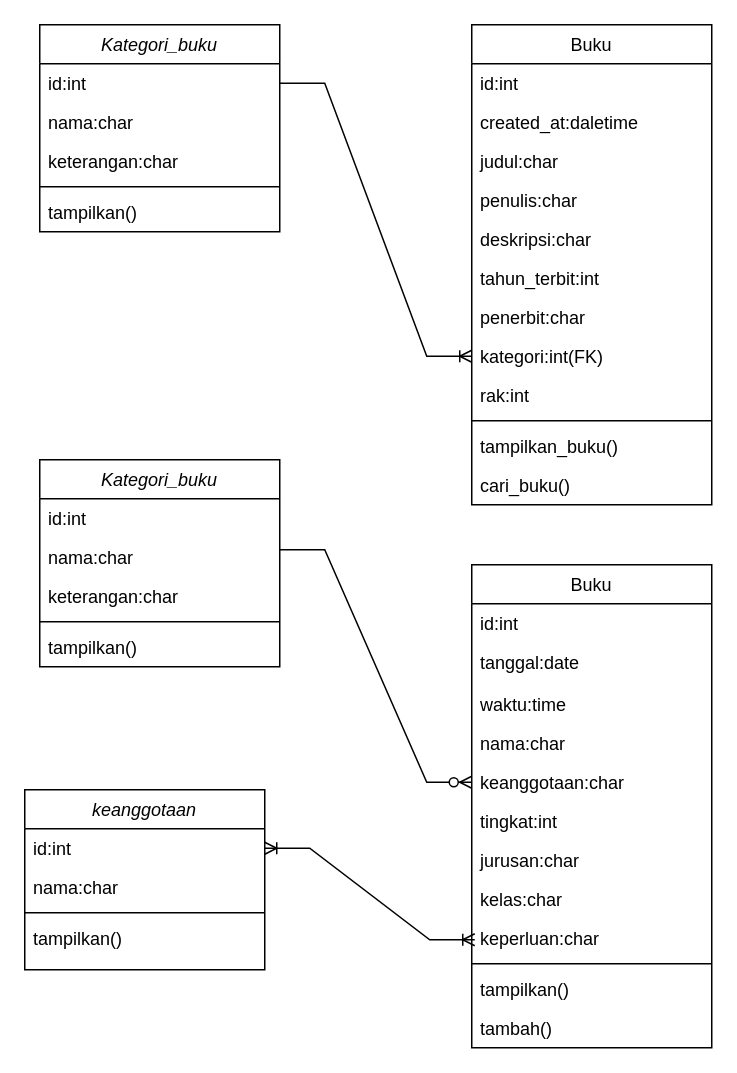
The draw.io diagram Class-Diagram-Perpus-Digital.drawio in Ziankhaa/Tefa, before the edit. Source tidied: cells renumbered, new cells numbered last; positions are measured from the earlier drawing's top-left corner, leaving out a move shared by most shapes. Both pictures are drawn from the tidied source at 150%, with x=0, y=0 at pixel (24, 24).
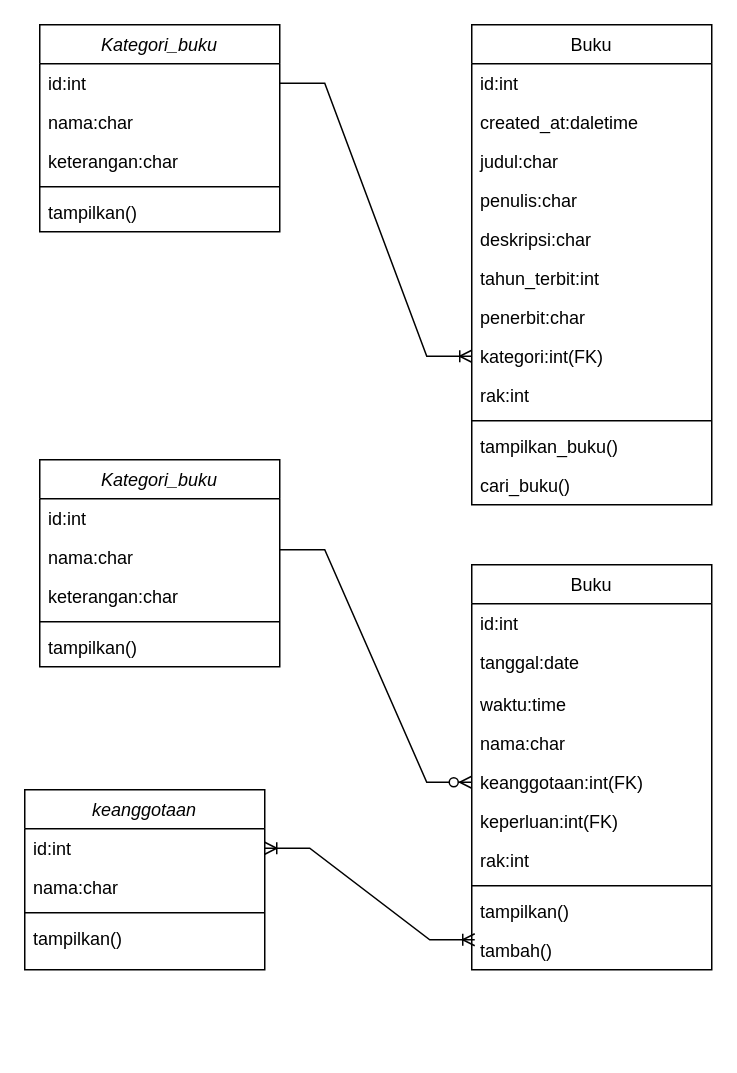
After the change.

The edit, as a diff of the source:
```diff
@@
     <mxCell id="33" value="Buku" style="swimlane;fontStyle=0;align=center;verticalAlign=top;horizontal=1;startSize=26;rounded=0;shadow=0;strokeWidth=1;" parent="1" vertex="1">
-      <mxGeometry x="298" y="360" width="160" height="322" as="geometry" />
+      <mxGeometry x="298" y="360" width="160" height="270" as="geometry" />
     </mxCell>
@@
-    <mxCell id="38" value="keanggotaan:char" style="text;align=left;verticalAlign=top;spacingLeft=4;spacingRight=4;overflow=hidden;points=[[0,0.5],[1,0.5]];portConstraint=eastwest;rounded=0;shadow=0;html=0;" parent="33" vertex="1">
+    <mxCell id="38" value="keanggotaan:int(FK)" style="text;align=left;verticalAlign=top;spacingLeft=4;spacingRight=4;overflow=hidden;points=[[0,0.5],[1,0.5]];portConstraint=eastwest;rounded=0;shadow=0;html=0;" parent="33" vertex="1">
       <mxGeometry y="132" width="160" height="26" as="geometry" />
     </mxCell>
-    <mxCell id="39" value="tingkat:int" style="text;align=left;verticalAlign=top;spacingLeft=4;spacingRight=4;overflow=hidden;rounded=0;shadow=0;html=0;" parent="33" vertex="1">
+    <mxCell id="39" value="keperluan:int(FK)" style="text;align=left;verticalAlign=top;spacingLeft=4;spacingRight=4;overflow=hidden;rounded=0;shadow=0;html=0;" parent="33" vertex="1">
       <mxGeometry y="158" width="160" height="26" as="geometry" />
     </mxCell>
-    <mxCell id="40" value="jurusan:char" style="text;align=left;verticalAlign=top;spacingLeft=4;spacingRight=4;overflow=hidden;rounded=0;shadow=0;html=0;" parent="33" vertex="1">
+    <mxCell id="40" value="rak:int" style="text;align=left;verticalAlign=top;spacingLeft=4;spacingRight=4;overflow=hidden;rounded=0;shadow=0;html=0;" parent="33" vertex="1">
       <mxGeometry y="184" width="160" height="26" as="geometry" />
     </mxCell>
-    <mxCell id="41" value="kelas:char" style="text;align=left;verticalAlign=top;spacingLeft=4;spacingRight=4;overflow=hidden;rounded=0;shadow=0;html=0;" parent="33" vertex="1">
-      <mxGeometry y="210" width="160" height="26" as="geometry" />
-    </mxCell>
-    <mxCell id="42" value="keperluan:char" style="text;align=left;verticalAlign=top;spacingLeft=4;spacingRight=4;overflow=hidden;rounded=0;shadow=0;html=0;" parent="33" vertex="1">
-      <mxGeometry y="236" width="160" height="26" as="geometry" />
-    </mxCell>
     <mxCell id="43" style="line;html=1;strokeWidth=1;align=left;verticalAlign=middle;spacingTop=-1;spacingLeft=3;spacingRight=3;labelPosition=right;" parent="33" vertex="1">
-      <mxGeometry y="262" width="160" height="8" as="geometry" />
+      <mxGeometry y="210" width="160" height="8" as="geometry" />
     </mxCell>
     <mxCell id="44" value="tampilkan()" style="text;align=left;verticalAlign=top;spacingLeft=4;spacingRight=4;overflow=hidden;" parent="33" vertex="1">
-      <mxGeometry y="270" width="160" height="26" as="geometry" />
+      <mxGeometry y="218" width="160" height="26" as="geometry" />
     </mxCell>
     <mxCell id="45" value="tambah()" style="text;align=left;verticalAlign=top;spacingLeft=4;spacingRight=4;overflow=hidden;" parent="33" vertex="1">
-      <mxGeometry y="296" width="160" height="26" as="geometry" />
+      <mxGeometry y="244" width="160" height="26" as="geometry" />
     </mxCell>
```
